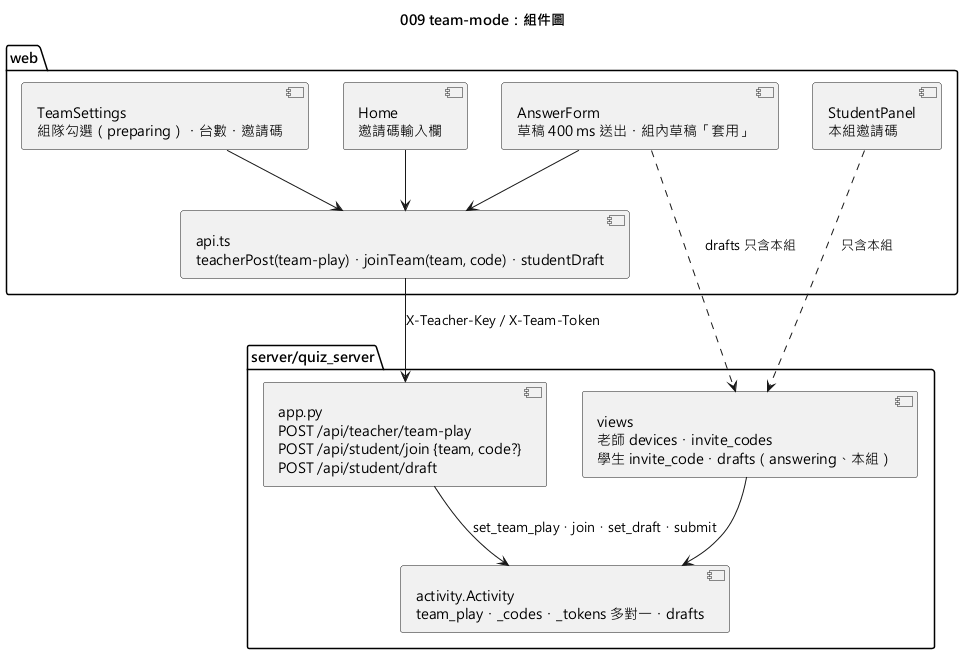
Before: diagrams/009-team-mode-component.png, a diagram exported from PlantUML (yue083139/software_fin-speckit). Source of this version:
```plantuml
@startuml 009-team-mode-component
skinparamlocked defaultFontName Microsoft JhengHei
title 009 team-mode：組件圖

package "web" {
  [TeamSettings\n組隊勾選（preparing）・台數・邀請碼] as TSet
  [Home\n邀請碼輸入欄] as Home
  [StudentPanel\n本組邀請碼] as SPanel
  [AnswerForm\n草稿 400 ms 送出・組內草稿「套用」] as Form
  [api.ts\nteacherPost(team-play)・joinTeam(team, code)・studentDraft] as Api
}

package "server/quiz_server" {
  [app.py\nPOST /api/teacher/team-play\nPOST /api/student/join {team, code?}\nPOST /api/student/draft] as App
  [activity.Activity\nteam_play・_codes・_tokens 多對一・drafts] as Act
  [views\n老師 devices・invite_codes\n學生 invite_code・drafts（answering、本組）] as Views
}

TSet --> Api
Home --> Api
Form --> Api
Api --> App : X-Teacher-Key／X-Team-Token
App --> Act : set_team_play・join・set_draft・submit
Views --> Act
SPanel ..> Views : 只含本組
Form ..> Views : drafts 只含本組
@enduml
```
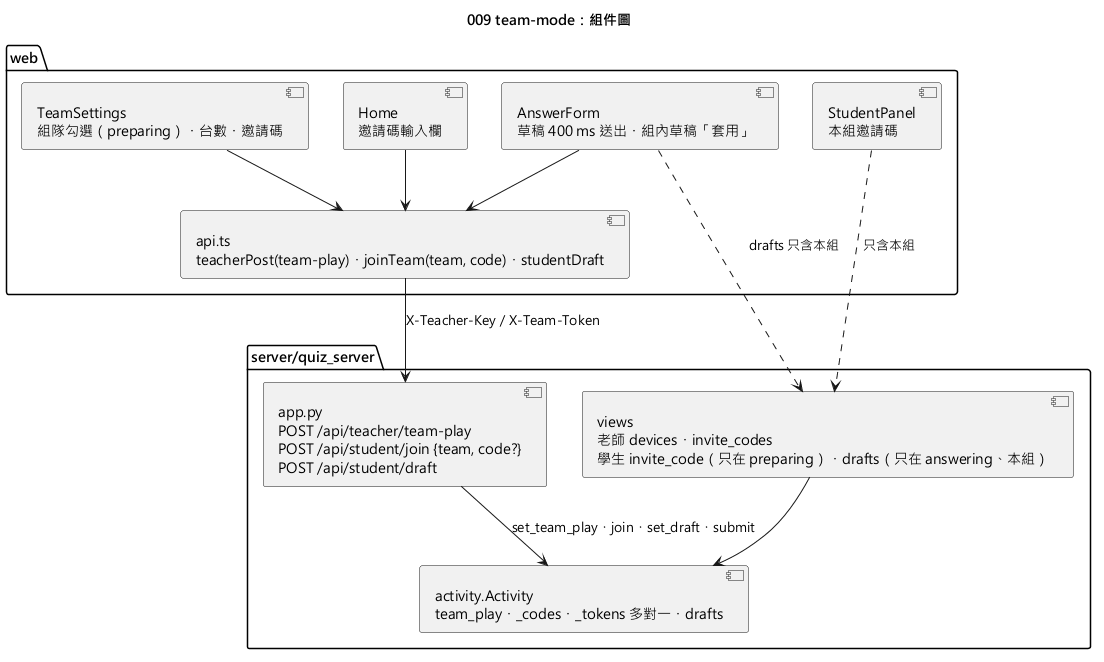
After the commit.

Commit message:
docs: [CORE] team-mode 實作輪評審藥方（文件一致、殘餘風險）；第三期評審紀錄

The edit, as a diff of the source:
```diff
@@ -13,7 +13,7 @@
 package "server/quiz_server" {
   [app.py\nPOST /api/teacher/team-play\nPOST /api/student/join {team, code?}\nPOST /api/student/draft] as App
   [activity.Activity\nteam_play・_codes・_tokens 多對一・drafts] as Act
-  [views\n老師 devices・invite_codes\n學生 invite_code・drafts（answering、本組）] as Views
+  [views\n老師 devices・invite_codes\n學生 invite_code（只在 preparing）・drafts（只在 answering、本組）] as Views
 }
 
 TSet --> Api
```
